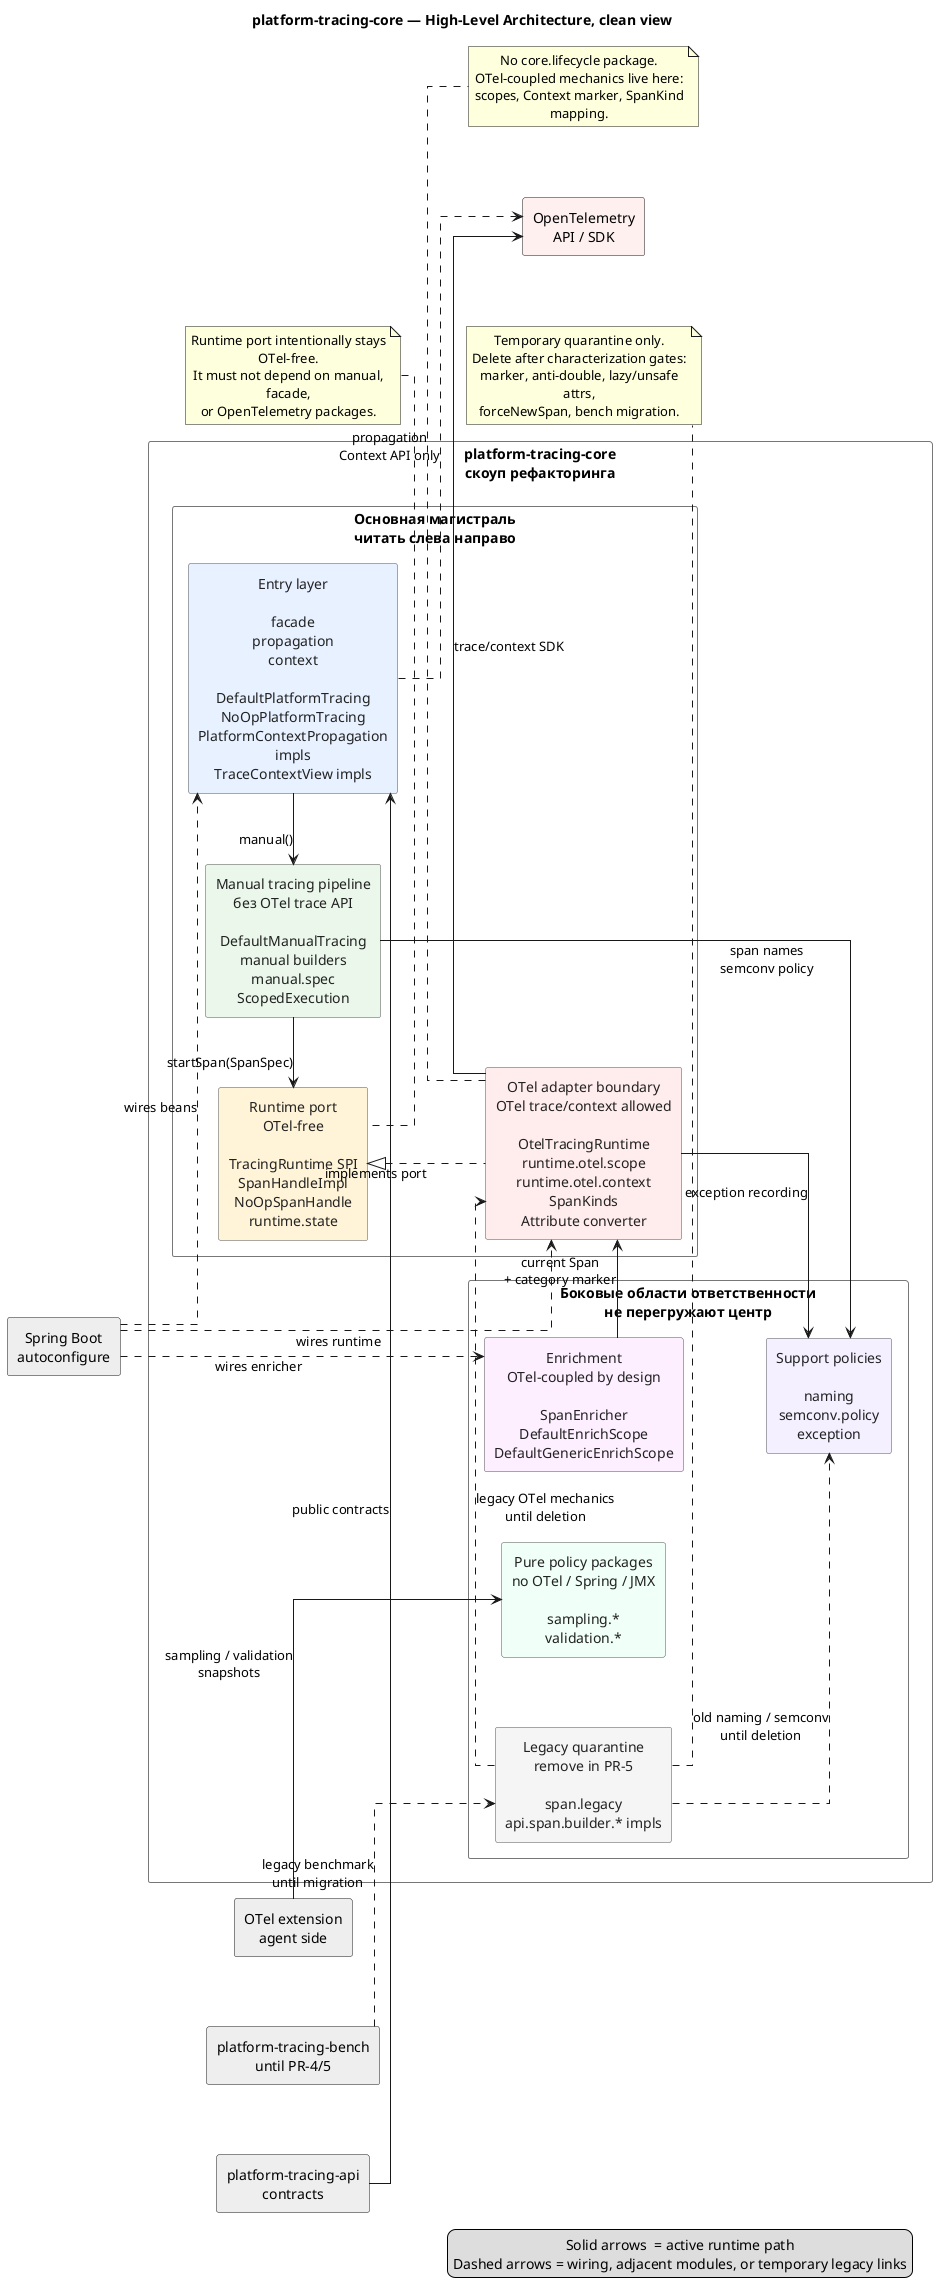
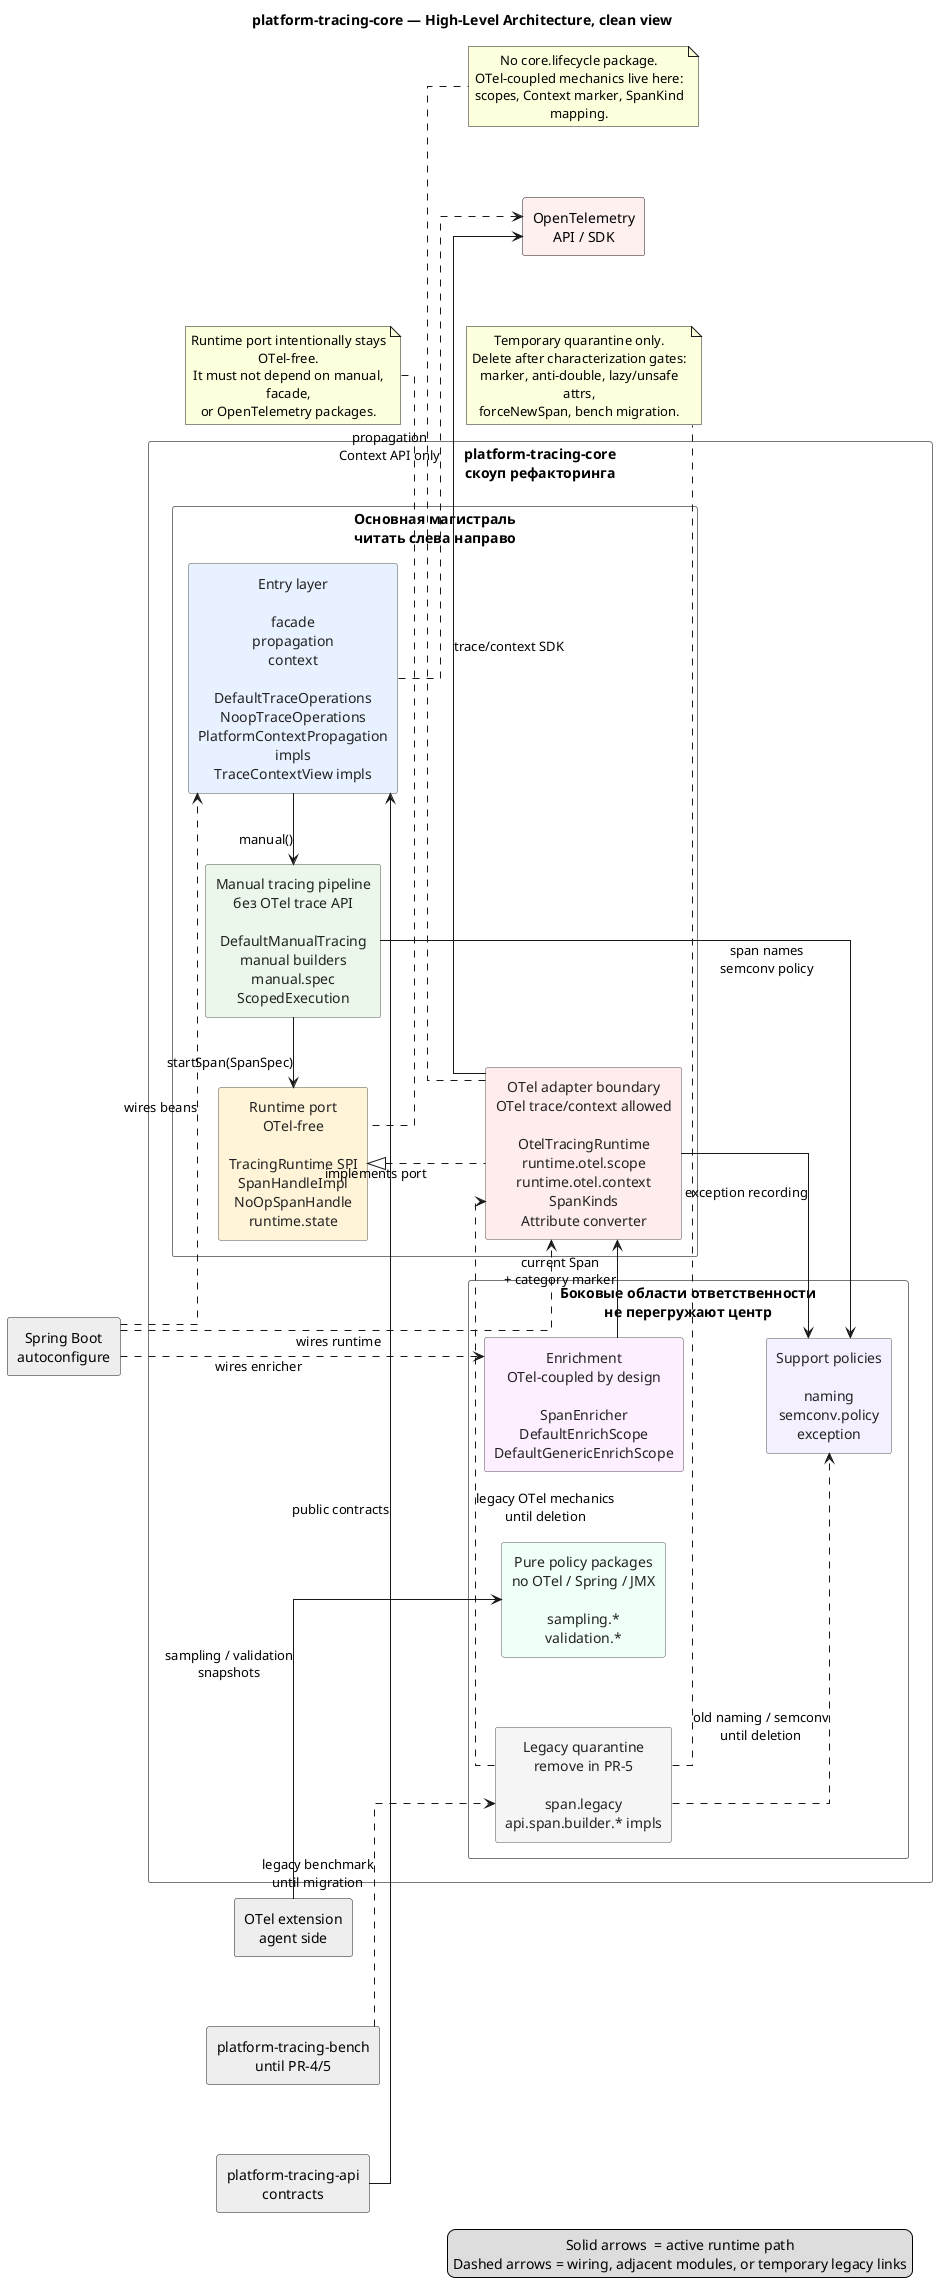
@startuml
' HighLevelArchitecture_clean.puml
' Цель: читаемая high-level диаграмма после арбитража Fable/Faber 5 v1.1.

skinparam componentStyle rectangle
skinparam packageStyle rectangle
skinparam linetype ortho
skinparam shadowing false
skinparam defaultTextAlignment center
skinparam nodesep 70
skinparam ranksep 65
skinparam wrapWidth 220

skinparam component {
  BorderColor #555555
  FontColor #222222
}

skinparam package {
  BorderColor #777777
  FontColor #222222
}

left to right direction

title platform-tracing-core — High-Level Architecture, clean view

rectangle "platform-tracing-api\ncontracts" as API #EEEEEE
rectangle "Spring Boot\nautoconfigure" as AUTO #EEEEEE
rectangle "OTel extension\nagent side" as OX #EEEEEE
rectangle "platform-tracing-bench\nuntil PR-4/5" as BENCH #EEEEEE
rectangle "OpenTelemetry\nAPI / SDK" as OTEL #FFF0F0

package "platform-tracing-core\nскоуп рефакторинга" as CORE #FFFFFF {

  package "Основная магистраль\nчитать слева направо" as BACKBONE #FFFFFF {
-     component "Entry layer\n\nfacade\npropagation\ncontext\n\nDefaultPlatformTracing\nNoOpPlatformTracing\nPlatformContextPropagation impls\nTraceContextView impls" as ENTRY #E8F1FF
+     component "Entry layer\n\nfacade\npropagation\ncontext\n\nDefaultTraceOperations\nNoopTraceOperations\nPlatformContextPropagation impls\nTraceContextView impls" as ENTRY #E8F1FF

    component "Manual tracing pipeline\nбез OTel trace API\n\nDefaultManualTracing\nmanual builders\nmanual.spec\nScopedExecution" as MANUAL #EAF7EA

    component "Runtime port\nOTel-free\n\nTracingRuntime SPI\nSpanHandleImpl\nNoOpSpanHandle\nruntime.state" as RUNTIME #FFF4D8

    component "OTel adapter boundary\nOTel trace/context allowed\n\nOtelTracingRuntime\nruntime.otel.scope\nruntime.otel.context\nSpanKinds\nAttribute converter" as ADAPTER #FFECEC
  }

  package "Боковые области ответственности\nне перегружают центр" as SIDE #FFFFFF {
    component "Support policies\n\nnaming\nsemconv.policy\nexception" as SUPPORT #F4F0FF

    component "Enrichment\nOTel-coupled by design\n\nSpanEnricher\nDefaultEnrichScope\nDefaultGenericEnrichScope" as ENRICH #FDEFFF

    component "Pure policy packages\nno OTel / Spring / JMX\n\nsampling.*\nvalidation.*" as PURE #F0FFF7

    component "Legacy quarantine\nremove in PR-5\n\nspan.legacy\napi.span.builder.* impls" as LEGACY #F5F5F5
  }
}

' ------------------------------------------------------------------
' Основной runtime path. Центр специально оставлен простым.
' ------------------------------------------------------------------
API -right-> ENTRY : public contracts
ENTRY -right-> MANUAL : manual()
MANUAL -right-> RUNTIME : startSpan(SpanSpec)
RUNTIME <|.. ADAPTER : implements port
ADAPTER -right-> OTEL : trace/context SDK

' ------------------------------------------------------------------
' Боковые связи. Они вынесены из центральной магистрали.
' ------------------------------------------------------------------
MANUAL -down-> SUPPORT : span names\nsemconv policy
ADAPTER -down-> SUPPORT : exception recording
ENRICH -up-> ADAPTER : current Span\n+ category marker
ENTRY ..> OTEL : propagation\nContext API only
OX -down-> PURE : sampling / validation\nsnapshots
AUTO ..> ENTRY : wires beans
AUTO ..> ADAPTER : wires runtime
AUTO ..> ENRICH : wires enricher
BENCH ..> LEGACY : legacy benchmark\nuntil migration
LEGACY ..> ADAPTER : legacy OTel mechanics\nuntil deletion
LEGACY ..> SUPPORT : old naming / semconv\nuntil deletion

note top of RUNTIME
  Runtime port intentionally stays OTel-free.
  It must not depend on manual, facade,
  or OpenTelemetry packages.
end note

note bottom of ADAPTER
  No core.lifecycle package.
  OTel-coupled mechanics live here:
  scopes, Context marker, SpanKind mapping.
end note

note bottom of LEGACY
  Temporary quarantine only.
  Delete after characterization gates:
  marker, anti-double, lazy/unsafe attrs,
  forceNewSpan, bench migration.
end note

legend right
  Solid arrows  = active runtime path
  Dashed arrows = wiring, adjacent modules, or temporary legacy links
endlegend

@enduml
